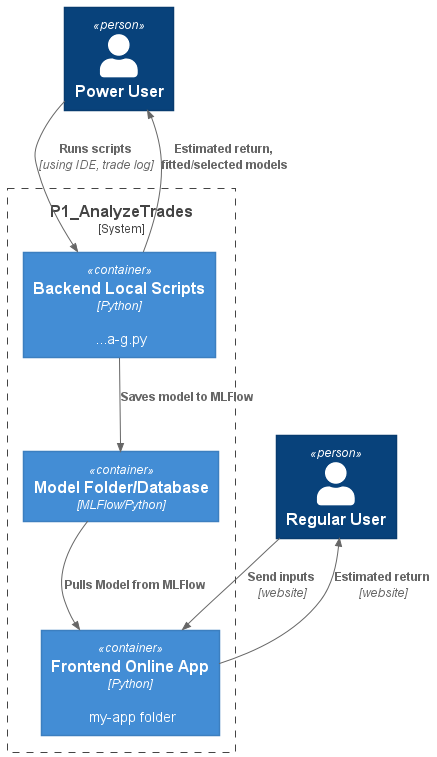
The PlantUML diagram P1-AnalyzeTrades/README_C2_Containers.png in sws144/quant-trading, before a commit. The source it was exported from:
```plantuml
@startuml C2_Containers
!include https://raw.githubusercontent.com/plantuml-stdlib/C4-PlantUML/master/C4_Container.puml

Person(admin, "Power User")
Person(user1, "Regular User")

System_Boundary(c1, "P1_AnalyzeTrades") {
    Container(backend, "Backend Local Scripts", "Python", "...a-g.py")
    Container(frontend, "Frontend Online App", "Python", "my-app folder")
    Container(models, "Model Folder/Database", "MLFlow/Python")
}
Rel(admin, backend, "Runs scripts", "using IDE, trade log")
Rel(backend, admin, "Estimated return, fitted/selected models")
Rel(backend, models, "Saves model to MLFlow")

Rel(user1, frontend, "Send inputs", "website")
Rel(frontend, user1, "Estimated return", "website")
Rel(models,frontend , "Pulls Model from MLFlow")
@enduml
```
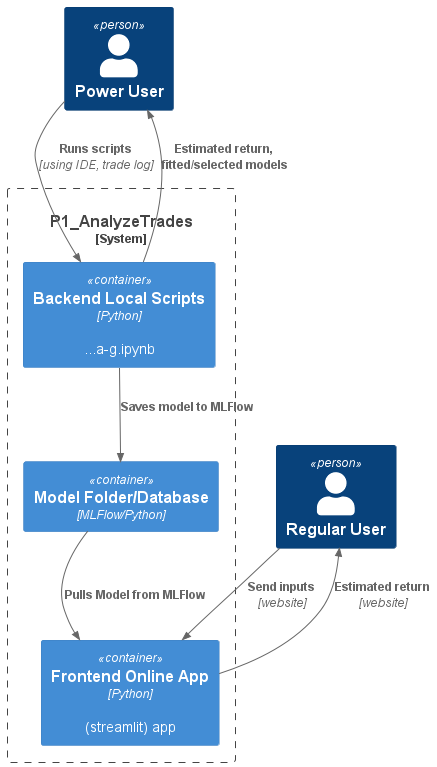
Later version of the same file.

Change to the diagram source:
```diff
@@ -5,8 +5,8 @@
 Person(user1, "Regular User")
 
 System_Boundary(c1, "P1_AnalyzeTrades") {
-    Container(backend, "Backend Local Scripts", "Python", "...a-g.py")
-    Container(frontend, "Frontend Online App", "Python", "my-app folder")
+    Container(backend, "Backend Local Scripts", "Python", "...a-g.ipynb")
+    Container(frontend, "Frontend Online App", "Python", "(streamlit) app")
     Container(models, "Model Folder/Database", "MLFlow/Python")
 }
 Rel(admin, backend, "Runs scripts", "using IDE, trade log")
```
